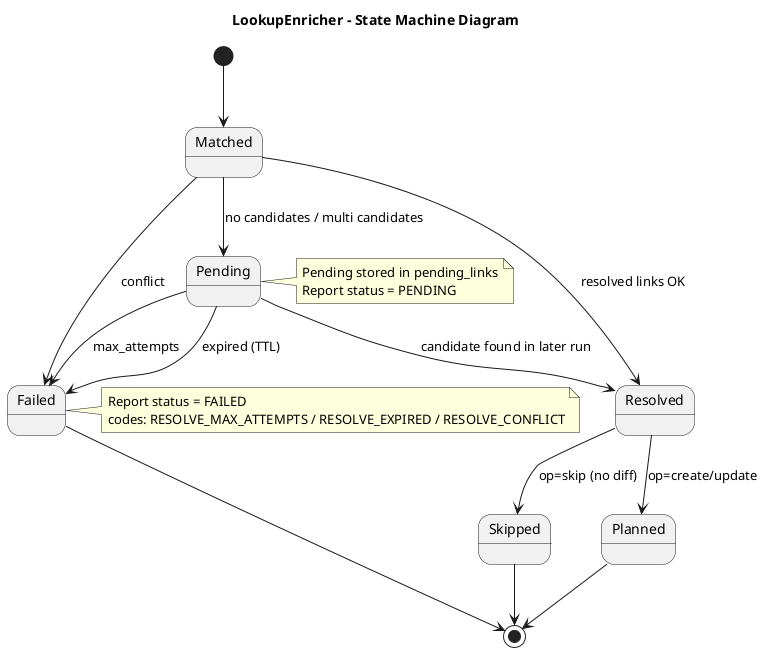
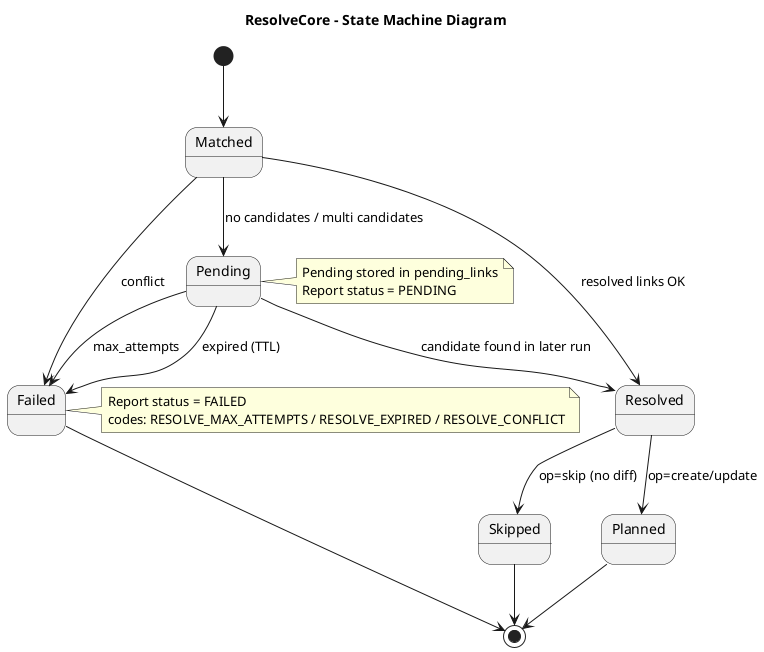
@startuml
- title LookupEnricher - State Machine Diagram
+ title ResolveCore - State Machine Diagram

[*] --> Matched

Matched --> Failed : conflict
Matched --> Pending : no candidates / multi candidates
Matched --> Resolved : resolved links OK

Pending --> Resolved : candidate found in later run
Pending --> Failed : max_attempts
Pending --> Failed : expired (TTL)

Resolved --> Planned : op=create/update
Resolved --> Skipped : op=skip (no diff)

Failed --> [*]
Planned --> [*]
Skipped --> [*]

note right of Pending
Pending stored in pending_links
Report status = PENDING
end note

note right of Failed
Report status = FAILED
codes: RESOLVE_MAX_ATTEMPTS / RESOLVE_EXPIRED / RESOLVE_CONFLICT
end note

@enduml
